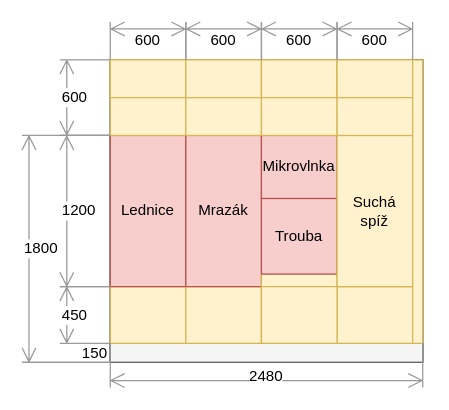
surquest/flat-renovation keeps this draw.io diagram as docs/src/static/drawings/kitchen.wall-appliances.drawio. Above is the earlier version. Source tidied: cells renumbered, new cells numbered last; positions are measured from the earlier drawing's top-left corner, leaving out a move shared by most shapes. Both pictures are drawn from the tidied source at 126%, with x=0, y=0 at pixel (21, 21).
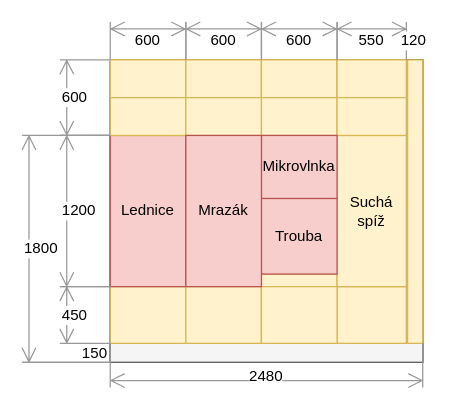
The same page after the edit.

Commit message (it also covers changes not shown here):
Kitchen wall size modification

What changed in the source:
```diff
@@
-    <mxCell id="14" value="Mrazák" style="rounded=0;whiteSpace=wrap;html=1;fillColor=#f8cecc;strokeColor=#b85450;" parent="1" vertex="1">
-      <mxGeometry x="130" y="90" width="60" height="120" as="geometry" />
-    </mxCell>
@@
-    <mxCell id="18" value="Trouba" style="rounded=0;whiteSpace=wrap;html=1;fillColor=#f8cecc;strokeColor=#b85450;" parent="1" vertex="1">
-      <mxGeometry x="190" y="140" width="60" height="60" as="geometry" />
-    </mxCell>
-    <mxCell id="19" value="Mikrovlnka" style="rounded=0;whiteSpace=wrap;html=1;fillColor=#f8cecc;strokeColor=#b85450;" parent="1" vertex="1">
-      <mxGeometry x="190" y="90" width="60" height="50" as="geometry" />
-    </mxCell>
@@
     <mxCell id="22" style="rounded=0;whiteSpace=wrap;html=1;fillColor=#fff2cc;strokeColor=#d6b656;" parent="1" vertex="1">
-      <mxGeometry x="250" y="210" width="60" height="45" as="geometry" />
+      <mxGeometry x="250" y="210" width="55" height="45" as="geometry" />
     </mxCell>
     <mxCell id="23" value="Suchá spíž" style="rounded=0;whiteSpace=wrap;html=1;fillColor=#fff2cc;strokeColor=#d6b656;" parent="1" vertex="1">
-      <mxGeometry x="250" y="90" width="60" height="120" as="geometry" />
+      <mxGeometry x="250" y="90" width="55" height="120" as="geometry" />
     </mxCell>
     <mxCell id="24" style="rounded=0;whiteSpace=wrap;html=1;fillColor=#fff2cc;strokeColor=#d6b656;" parent="1" vertex="1">
-      <mxGeometry x="250" y="30" width="60" height="60" as="geometry" />
+      <mxGeometry x="250" y="30" width="55" height="60" as="geometry" />
     </mxCell>
     <mxCell id="25" style="rounded=0;whiteSpace=wrap;html=1;fillColor=#fff2cc;strokeColor=#d6b656;" parent="1" vertex="1">
-      <mxGeometry x="250" y="30" width="60" height="30" as="geometry" />
+      <mxGeometry x="250" y="30" width="55" height="30" as="geometry" />
     </mxCell>
     <mxCell id="26" style="rounded=0;whiteSpace=wrap;html=1;fillColor=#fff2cc;strokeColor=#d6b656;" parent="1" vertex="1">
-      <mxGeometry x="310" y="30" width="8" height="225" as="geometry" />
+      <mxGeometry x="306" y="30" width="12" height="225" as="geometry" />
     </mxCell>
@@
-    <mxCell id="31" value="600" style="shape=dimension;direction=west;whiteSpace=wrap;html=1;align=center;verticalAlign=middle;labelBackgroundColor=#ffffff;strokeColor=#999999;" parent="1" vertex="1">
-      <mxGeometry x="250" width="60" height="30" as="geometry" />
+    <mxCell id="31" value="550" style="shape=dimension;direction=west;whiteSpace=wrap;html=1;align=center;verticalAlign=middle;labelBackgroundColor=#ffffff;strokeColor=#999999;" parent="1" vertex="1">
+      <mxGeometry x="250" width="55" height="30" as="geometry" />
     </mxCell>
@@
+    <mxCell id="18" value="Trouba" style="rounded=0;whiteSpace=wrap;html=1;fillColor=#f8cecc;strokeColor=#b85450;" parent="1" vertex="1">
+      <mxGeometry x="190" y="140" width="60" height="60" as="geometry" />
+    </mxCell>
+    <mxCell id="19" value="Mikrovlnka" style="rounded=0;whiteSpace=wrap;html=1;fillColor=#f8cecc;strokeColor=#b85450;" parent="1" vertex="1">
+      <mxGeometry x="190" y="90" width="60" height="50" as="geometry" />
+    </mxCell>
+    <mxCell id="14" value="Mrazák" style="rounded=0;whiteSpace=wrap;html=1;fillColor=#f8cecc;strokeColor=#b85450;" parent="1" vertex="1">
+      <mxGeometry x="130" y="90" width="60" height="120" as="geometry" />
+    </mxCell>
+    <mxCell id="33" value="120" style="shape=dimension;direction=west;whiteSpace=wrap;html=1;align=center;verticalAlign=middle;labelBackgroundColor=#ffffff;strokeColor=none;" parent="1" vertex="1">
+      <mxGeometry x="305" width="12" height="30" as="geometry" />
+    </mxCell>
```
